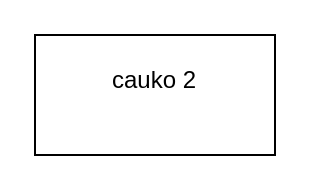
The draw.io diagram Untitled Diagram.drawio in xurban42/diagrams_net, before the edit. Source tidied: cells renumbered, new cells numbered last; positions are measured from the earlier drawing's top-left corner, leaving out a move shared by most shapes. Both pictures are drawn from the tidied source at 200%, with x=0, y=0 at pixel (34, 34).
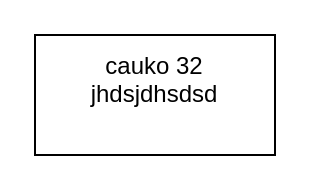
The same page after the edit.

Diff of the diagram source:
```diff
@@
 <mxGraphModel>
   <root>
     <mxCell id="0" />
     <mxCell id="1" parent="0" />
-    <mxCell id="2" value="&lt;div&gt;cauko 2&lt;/div&gt;&lt;div&gt;&lt;br&gt;&lt;/div&gt;" style="rounded=0;whiteSpace=wrap;html=1;" parent="1" vertex="1">
+    <mxCell id="2" value="&lt;div&gt;cauko 32&lt;/div&gt;&lt;div&gt;jhdsjdhsdsd&lt;br&gt;&lt;/div&gt;&lt;div&gt;&lt;br&gt;&lt;/div&gt;" style="rounded=0;whiteSpace=wrap;html=1;" parent="1" vertex="1">
       <mxGeometry width="120" height="60" as="geometry" />
     </mxCell>
   </root>
 </mxGraphModel>
```
